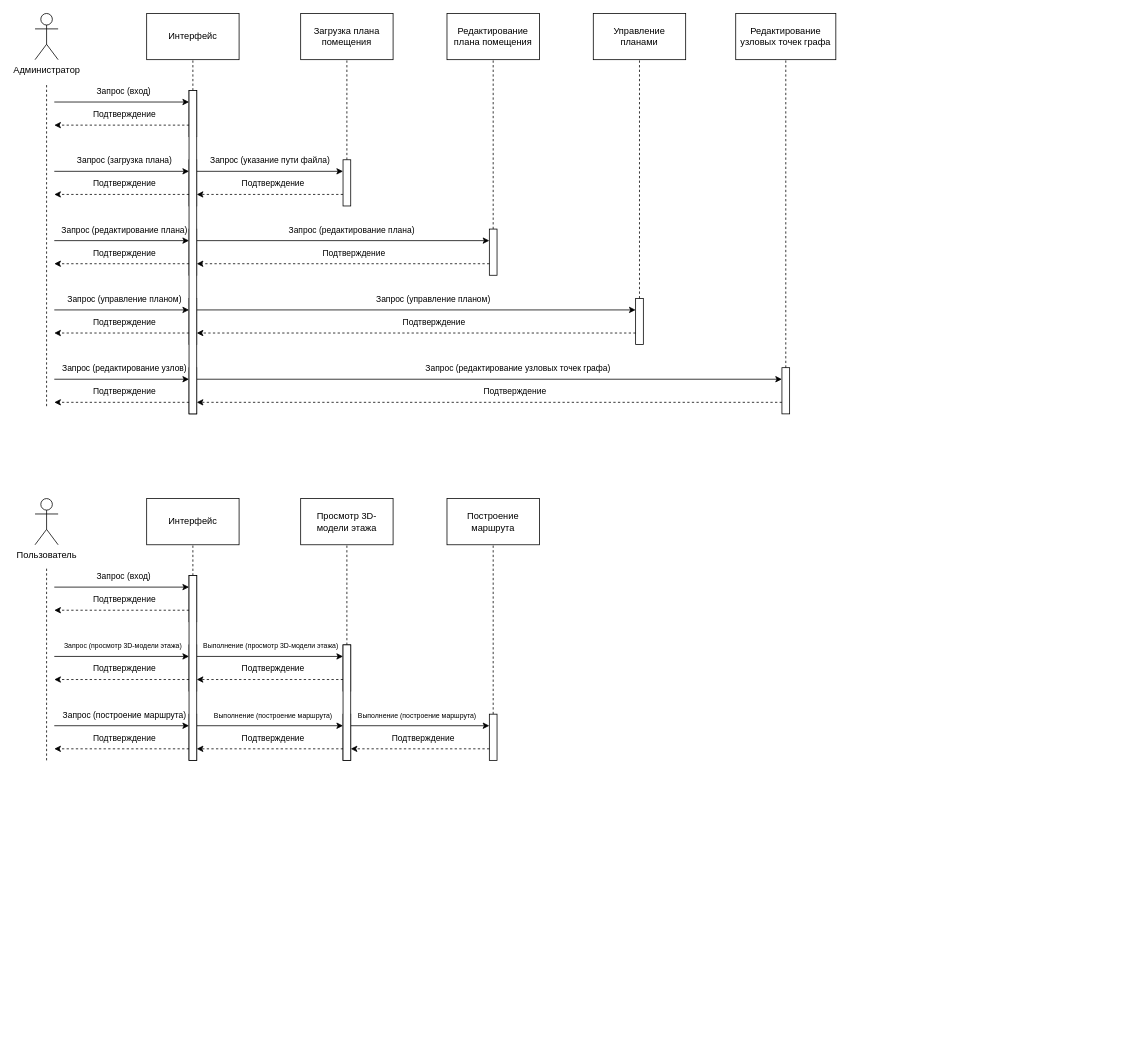
Above: posled_sost.drawio in kapec2303/Diplom_pictures (draw.io), before the change. Source tidied: cells renumbered, new cells numbered last; positions are measured from the earlier drawing's top-left corner, leaving out a move shared by most shapes. Both pictures are drawn from the tidied source at 77%, with x=0, y=0 at pixel (35, 13).
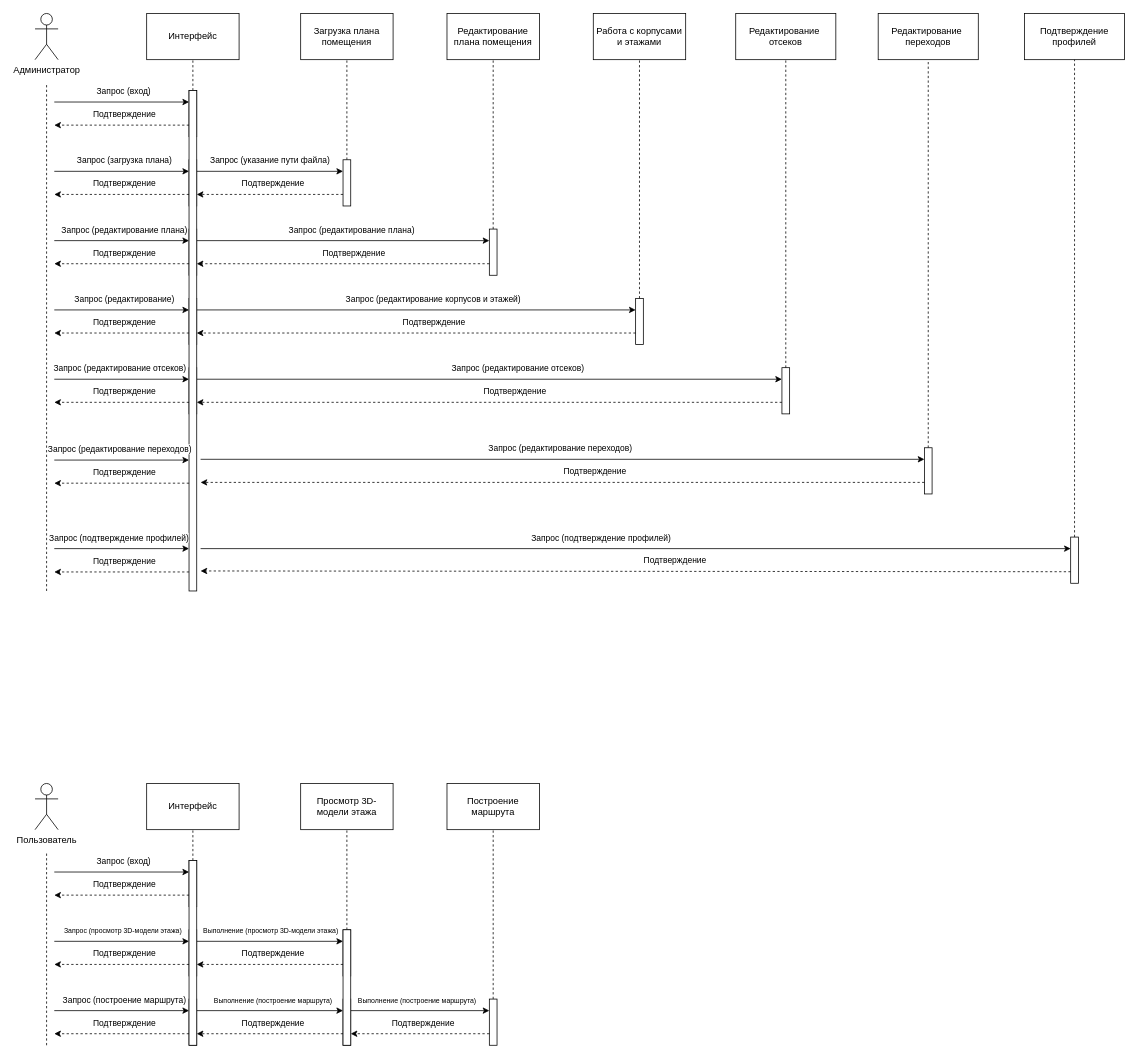
Above is the later version.

Unchanged cells that the change refers to:
```xml
<mxCell id="41" style="endArrow=classic;html=1;rounded=0;entryX=0;entryY=0.25;entryDx=0;entryDy=0;" parent="1" edge="1" target="12">
  <mxGeometry relative="1" as="geometry">
    <mxPoint x="25" y="385" as="sourcePoint" />
  </mxGeometry>
</mxCell>
<mxCell id="47" style="endArrow=classic;html=1;rounded=0;entryX=0;entryY=0.25;entryDx=0;entryDy=0;exitX=1;exitY=0.25;exitDx=0;exitDy=0;" parent="1" edge="1" source="12" target="18">
  <mxGeometry relative="1" as="geometry" />
</mxCell>
<mxCell id="50" style="endArrow=classic;html=1;rounded=0;entryX=0;entryY=0.25;entryDx=0;entryDy=0;" parent="1" edge="1" target="13">
  <mxGeometry relative="1" as="geometry">
    <mxPoint x="25" y="475" as="sourcePoint" />
  </mxGeometry>
</mxCell>
<mxCell id="54" style="endArrow=classic;html=1;rounded=0;entryX=0;entryY=0.25;entryDx=0;entryDy=0;exitX=1;exitY=0.25;exitDx=0;exitDy=0;" parent="1" edge="1" source="13" target="19">
  <mxGeometry relative="1" as="geometry" />
</mxCell>
```

The edit, as a diff of the source:
```diff
@@
-    <mxCell id="6" value="Управление планами" style="rounded=0;whiteSpace=wrap;html=1;" parent="1" vertex="1">
+    <mxCell id="6" value="Работа с корпусами и этажами" style="rounded=0;whiteSpace=wrap;html=1;" parent="1" vertex="1">
       <mxGeometry x="725" width="120" height="60" as="geometry" />
     </mxCell>
-    <mxCell id="7" value="Редактирование узловых точек графа" style="rounded=0;whiteSpace=wrap;html=1;" parent="1" vertex="1">
+    <mxCell id="7" value="Редактирование&amp;nbsp; отсеков" style="rounded=0;whiteSpace=wrap;html=1;" parent="1" vertex="1">
       <mxGeometry x="910" width="130" height="60" as="geometry" />
     </mxCell>
@@
     <mxCell id="20" style="endArrow=none;dashed=1;html=1;rounded=0;" parent="1" edge="1">
       <mxGeometry relative="1" as="geometry">
-        <mxPoint x="15" y="510" as="sourcePoint" />
+        <mxPoint x="15" y="750" as="sourcePoint" />
         <mxPoint x="15" y="90" as="targetPoint" />
       </mxGeometry>
     </mxCell>
@@
-    <mxCell id="42" value="Запрос (управление планом)" style="edgeLabel;html=1;align=center;verticalAlign=middle;" parent="41" vertex="1">
+    <mxCell id="42" value="Запрос (редактирование&lt;span style=&quot;background-color: light-dark(#ffffff, var(--ge-dark-color, #121212)); color: light-dark(rgb(0, 0, 0), rgb(255, 255, 255));&quot;&gt;)&lt;/span&gt;" style="edgeLabel;html=1;align=center;verticalAlign=middle;" parent="41" vertex="1">
       <mxGeometry x="-0.44" y="-1" relative="1" as="geometry">
         <mxPoint x="41" y="-16" as="offset" />
       </mxGeometry>
     </mxCell>
@@
-    <mxCell id="48" value="Запрос (управление планом)" style="edgeLabel;html=1;align=center;verticalAlign=middle;" parent="47" vertex="1">
+    <mxCell id="48" value="Запрос (редактирование корпусов и этажей)" style="edgeLabel;html=1;align=center;verticalAlign=middle;" parent="47" vertex="1">
       <mxGeometry x="-0.44" y="-1" relative="1" as="geometry">
         <mxPoint x="146" y="-16" as="offset" />
       </mxGeometry>
     </mxCell>
@@
-    <mxCell id="51" value="Запрос (редактирование узлов)" style="edgeLabel;html=1;align=center;verticalAlign=middle;" parent="50" vertex="1">
+    <mxCell id="51" value="Запрос (редактирование отсеков)" style="edgeLabel;html=1;align=center;verticalAlign=middle;" parent="50" vertex="1">
       <mxGeometry x="-0.44" y="-1" relative="1" as="geometry">
-        <mxPoint x="41" y="-16" as="offset" />
+        <mxPoint x="35" y="-16" as="offset" />
       </mxGeometry>
     </mxCell>
@@
-    <mxCell id="55" value="Запрос (редактирование узловых точек графа)" style="edgeLabel;html=1;align=center;verticalAlign=middle;" parent="54" vertex="1">
+    <mxCell id="55" value="Запрос (редактирование отсеков)" style="edgeLabel;html=1;align=center;verticalAlign=middle;" parent="54" vertex="1">
       <mxGeometry x="-0.44" y="-1" relative="1" as="geometry">
         <mxPoint x="203" y="-16" as="offset" />
       </mxGeometry>
     </mxCell>
@@
     <mxCell id="59" value="Пользователь" style="shape=umlActor;verticalLabelPosition=bottom;verticalAlign=top;html=1;" parent="1" vertex="1">
-      <mxGeometry y="630" width="30" height="60" as="geometry" />
+      <mxGeometry y="1000" width="30" height="60" as="geometry" />
     </mxCell>
     <mxCell id="60" value="Интерфейс" style="rounded=0;whiteSpace=wrap;html=1;" parent="1" vertex="1">
-      <mxGeometry x="145" y="630" width="120" height="60" as="geometry" />
+      <mxGeometry x="145" y="1000" width="120" height="60" as="geometry" />
     </mxCell>
     <mxCell id="61" value="Просмотр 3D-модели этажа" style="rounded=0;whiteSpace=wrap;html=1;" parent="1" vertex="1">
-      <mxGeometry x="345" y="630" width="120" height="60" as="geometry" />
+      <mxGeometry x="345" y="1000" width="120" height="60" as="geometry" />
     </mxCell>
     <mxCell id="62" value="Построение маршрута" style="rounded=0;whiteSpace=wrap;html=1;" parent="1" vertex="1">
-      <mxGeometry x="535" y="630" width="120" height="60" as="geometry" />
+      <mxGeometry x="535" y="1000" width="120" height="60" as="geometry" />
     </mxCell>
@@
     <mxCell id="64" style="rounded=0;whiteSpace=wrap;html=1;" parent="1" vertex="1">
-      <mxGeometry x="200" y="730" width="10" height="60" as="geometry" />
+      <mxGeometry x="200" y="1100" width="10" height="60" as="geometry" />
     </mxCell>
     <mxCell id="65" style="rounded=0;whiteSpace=wrap;html=1;" parent="1" vertex="1">
-      <mxGeometry x="200" y="820" width="10" height="60" as="geometry" />
+      <mxGeometry x="200" y="1190" width="10" height="60" as="geometry" />
     </mxCell>
     <mxCell id="66" style="rounded=0;whiteSpace=wrap;html=1;" parent="1" vertex="1">
-      <mxGeometry x="200" y="910" width="10" height="60" as="geometry" />
+      <mxGeometry x="200" y="1280" width="10" height="60" as="geometry" />
     </mxCell>
@@
     <mxCell id="69" style="rounded=0;whiteSpace=wrap;html=1;" parent="1" vertex="1">
-      <mxGeometry x="400" y="820" width="10" height="60" as="geometry" />
+      <mxGeometry x="400" y="1190" width="10" height="60" as="geometry" />
     </mxCell>
@@
     <mxCell id="71" style="rounded=0;whiteSpace=wrap;html=1;" parent="1" vertex="1">
-      <mxGeometry x="590" y="910" width="10" height="60" as="geometry" />
+      <mxGeometry x="590" y="1280" width="10" height="60" as="geometry" />
     </mxCell>
     <mxCell id="72" style="endArrow=none;dashed=1;html=1;rounded=0;" parent="1" edge="1">
       <mxGeometry relative="1" as="geometry">
-        <mxPoint x="15" y="970" as="sourcePoint" />
-        <mxPoint x="15" y="720" as="targetPoint" />
+        <mxPoint x="15" y="1340" as="sourcePoint" />
+        <mxPoint x="15" y="1090" as="targetPoint" />
       </mxGeometry>
     </mxCell>
     <mxCell id="73" style="endArrow=classic;html=1;rounded=0;entryX=0;entryY=0.25;entryDx=0;entryDy=0;" parent="1" edge="1" target="64">
       <mxGeometry relative="1" as="geometry">
-        <mxPoint x="25" y="745" as="sourcePoint" />
+        <mxPoint x="25" y="1115" as="sourcePoint" />
       </mxGeometry>
     </mxCell>
@@
     <mxCell id="75" style="endArrow=classic;html=1;rounded=0;exitX=0;exitY=0.75;exitDx=0;exitDy=0;dashed=1;" parent="1" edge="1" source="64">
       <mxGeometry relative="1" as="geometry">
-        <mxPoint x="25" y="775" as="targetPoint" />
+        <mxPoint x="25" y="1145" as="targetPoint" />
       </mxGeometry>
     </mxCell>
@@
     <mxCell id="77" style="endArrow=classic;html=1;rounded=0;entryX=0;entryY=0.25;entryDx=0;entryDy=0;" parent="1" edge="1" target="65">
       <mxGeometry relative="1" as="geometry">
-        <mxPoint x="25" y="835" as="sourcePoint" />
+        <mxPoint x="25" y="1205" as="sourcePoint" />
       </mxGeometry>
     </mxCell>
@@
     <mxCell id="79" style="endArrow=classic;html=1;rounded=0;exitX=0;exitY=0.75;exitDx=0;exitDy=0;dashed=1;" parent="1" edge="1" source="65">
       <mxGeometry relative="1" as="geometry">
-        <mxPoint x="25" y="865" as="targetPoint" />
+        <mxPoint x="25" y="1235" as="targetPoint" />
       </mxGeometry>
     </mxCell>
@@
     <mxCell id="85" style="endArrow=classic;html=1;rounded=0;entryX=0;entryY=0.25;entryDx=0;entryDy=0;" parent="1" edge="1" target="66">
       <mxGeometry relative="1" as="geometry">
-        <mxPoint x="25" y="925" as="sourcePoint" />
+        <mxPoint x="25" y="1295" as="sourcePoint" />
       </mxGeometry>
     </mxCell>
@@
     <mxCell id="87" style="endArrow=classic;html=1;rounded=0;dashed=1;exitX=0;exitY=0.75;exitDx=0;exitDy=0;" parent="1" edge="1" source="66">
       <mxGeometry relative="1" as="geometry">
-        <mxPoint x="25" y="955" as="targetPoint" />
+        <mxPoint x="25" y="1325" as="targetPoint" />
       </mxGeometry>
     </mxCell>
@@
     <mxCell id="93" style="rounded=0;whiteSpace=wrap;html=1;" parent="1" vertex="1">
-      <mxGeometry x="400" y="910" width="10" height="60" as="geometry" />
+      <mxGeometry x="400" y="1280" width="10" height="60" as="geometry" />
     </mxCell>
@@
     <mxCell id="98" style="rounded=0;whiteSpace=wrap;html=1;" parent="1" vertex="1">
-      <mxGeometry x="200" y="100" width="10" height="420" as="geometry" />
+      <mxGeometry x="200" y="100" width="10" height="650" as="geometry" />
     </mxCell>
     <mxCell id="99" style="rounded=0;whiteSpace=wrap;html=1;" parent="1" vertex="1">
-      <mxGeometry x="200" y="730" width="10" height="240" as="geometry" />
+      <mxGeometry x="200" y="1100" width="10" height="240" as="geometry" />
     </mxCell>
     <mxCell id="100" style="rounded=0;whiteSpace=wrap;html=1;" parent="1" vertex="1">
-      <mxGeometry x="400" y="820" width="10" height="150" as="geometry" />
+      <mxGeometry x="400" y="1190" width="10" height="150" as="geometry" />
     </mxCell>
+    <mxCell id="101" value="Редактирование&amp;nbsp; переходов" style="rounded=0;whiteSpace=wrap;html=1;" parent="1" vertex="1">
+      <mxGeometry x="1095" width="130" height="60" as="geometry" />
+    </mxCell>
+    <mxCell id="102" style="edgeStyle=orthogonalEdgeStyle;rounded=0;jettySize=auto;html=1;exitX=0.5;exitY=0;exitDx=0;exitDy=0;entryX=0.5;entryY=1;entryDx=0;entryDy=0;endArrow=none;endFill=0;dashed=1;" parent="1" edge="1" source="103" target="101">
+      <mxGeometry relative="1" as="geometry" />
+    </mxCell>
+    <mxCell id="103" style="rounded=0;whiteSpace=wrap;html=1;" parent="1" vertex="1">
+      <mxGeometry x="1155" y="564" width="10" height="60" as="geometry" />
+    </mxCell>
+    <mxCell id="104" style="endArrow=classic;html=1;rounded=0;entryX=0;entryY=0.25;entryDx=0;entryDy=0;" parent="1" edge="1">
+      <mxGeometry relative="1" as="geometry">
+        <mxPoint x="25" y="580" as="sourcePoint" />
+        <mxPoint x="200" y="580" as="targetPoint" />
+      </mxGeometry>
+    </mxCell>
+    <mxCell id="105" value="Запрос (редактирование переходов)" style="edgeLabel;html=1;align=center;verticalAlign=middle;" parent="104" vertex="1">
+      <mxGeometry x="-0.44" y="-1" relative="1" as="geometry">
+        <mxPoint x="35" y="-16" as="offset" />
+      </mxGeometry>
+    </mxCell>
+    <mxCell id="106" style="endArrow=classic;html=1;rounded=0;dashed=1;exitX=0;exitY=0.75;exitDx=0;exitDy=0;" parent="1" edge="1">
+      <mxGeometry relative="1" as="geometry">
+        <mxPoint x="200" y="610" as="sourcePoint" />
+        <mxPoint x="25" y="610" as="targetPoint" />
+      </mxGeometry>
+    </mxCell>
+    <mxCell id="107" value="Подтверждение" style="edgeLabel;html=1;align=center;verticalAlign=middle;" parent="106" vertex="1">
+      <mxGeometry x="-0.1" relative="1" as="geometry">
+        <mxPoint x="-6" y="-15" as="offset" />
+      </mxGeometry>
+    </mxCell>
+    <mxCell id="108" style="endArrow=classic;html=1;rounded=0;entryX=0;entryY=0.25;entryDx=0;entryDy=0;" parent="1" edge="1" target="103">
+      <mxGeometry relative="1" as="geometry">
+        <mxPoint x="215" y="579" as="sourcePoint" />
+      </mxGeometry>
+    </mxCell>
+    <mxCell id="109" value="Запрос (редактирование переходов)" style="edgeLabel;html=1;align=center;verticalAlign=middle;" parent="108" vertex="1">
+      <mxGeometry x="-0.44" y="-1" relative="1" as="geometry">
+        <mxPoint x="203" y="-16" as="offset" />
+      </mxGeometry>
+    </mxCell>
+    <mxCell id="110" style="endArrow=classic;html=1;rounded=0;dashed=1;exitX=0;exitY=0.75;exitDx=0;exitDy=0;" parent="1" edge="1" source="103">
+      <mxGeometry relative="1" as="geometry">
+        <mxPoint x="215" y="609" as="targetPoint" />
+      </mxGeometry>
+    </mxCell>
+    <mxCell id="111" value="Подтверждение" style="edgeLabel;html=1;align=center;verticalAlign=middle;" parent="110" vertex="1">
+      <mxGeometry x="-0.1" relative="1" as="geometry">
+        <mxPoint x="-6" y="-15" as="offset" />
+      </mxGeometry>
+    </mxCell>
+    <mxCell id="112" value="Подтверждение профилей" style="rounded=0;whiteSpace=wrap;html=1;" parent="1" vertex="1">
+      <mxGeometry x="1285" width="130" height="60" as="geometry" />
+    </mxCell>
+    <mxCell id="113" style="edgeStyle=orthogonalEdgeStyle;rounded=0;jettySize=auto;html=1;exitX=0.5;exitY=0;exitDx=0;exitDy=0;entryX=0.5;entryY=1;entryDx=0;entryDy=0;endArrow=none;endFill=0;dashed=1;" parent="1" edge="1" source="114" target="112">
+      <mxGeometry relative="1" as="geometry" />
+    </mxCell>
+    <mxCell id="114" style="rounded=0;whiteSpace=wrap;html=1;" parent="1" vertex="1">
+      <mxGeometry x="1345" y="680" width="10" height="60" as="geometry" />
+    </mxCell>
+    <mxCell id="115" style="endArrow=classic;html=1;rounded=0;entryX=0;entryY=0.25;entryDx=0;entryDy=0;" parent="1" edge="1">
+      <mxGeometry relative="1" as="geometry">
+        <mxPoint x="25" y="695" as="sourcePoint" />
+        <mxPoint x="200" y="695" as="targetPoint" />
+      </mxGeometry>
+    </mxCell>
+    <mxCell id="116" value="Запрос (подтверждение профилей)" style="edgeLabel;html=1;align=center;verticalAlign=middle;" parent="115" vertex="1">
+      <mxGeometry x="-0.44" y="-1" relative="1" as="geometry">
+        <mxPoint x="34" y="-16" as="offset" />
+      </mxGeometry>
+    </mxCell>
+    <mxCell id="117" style="endArrow=classic;html=1;rounded=0;dashed=1;exitX=0;exitY=0.75;exitDx=0;exitDy=0;" parent="1" edge="1">
+      <mxGeometry relative="1" as="geometry">
+        <mxPoint x="200" y="725.3" as="sourcePoint" />
+        <mxPoint x="25" y="725.3" as="targetPoint" />
+      </mxGeometry>
+    </mxCell>
+    <mxCell id="118" value="Подтверждение" style="edgeLabel;html=1;align=center;verticalAlign=middle;" parent="117" vertex="1">
+      <mxGeometry x="-0.1" relative="1" as="geometry">
+        <mxPoint x="-6" y="-15" as="offset" />
+      </mxGeometry>
+    </mxCell>
+    <mxCell id="119" style="endArrow=classic;html=1;rounded=0;entryX=0;entryY=0.25;entryDx=0;entryDy=0;" parent="1" edge="1" target="114">
+      <mxGeometry relative="1" as="geometry">
+        <mxPoint x="215" y="695" as="sourcePoint" />
+      </mxGeometry>
+    </mxCell>
+    <mxCell id="120" value="Запрос (подтверждение профилей)" style="edgeLabel;html=1;align=center;verticalAlign=middle;" parent="119" vertex="1">
+      <mxGeometry x="-0.44" y="-1" relative="1" as="geometry">
+        <mxPoint x="203" y="-16" as="offset" />
+      </mxGeometry>
+    </mxCell>
+    <mxCell id="121" style="endArrow=classic;html=1;rounded=0;dashed=1;exitX=0;exitY=0.75;exitDx=0;exitDy=0;" parent="1" edge="1" source="114">
+      <mxGeometry relative="1" as="geometry">
+        <mxPoint x="215" y="724" as="targetPoint" />
+      </mxGeometry>
+    </mxCell>
+    <mxCell id="122" value="Подтверждение" style="edgeLabel;html=1;align=center;verticalAlign=middle;" parent="121" vertex="1">
+      <mxGeometry x="-0.1" relative="1" as="geometry">
+        <mxPoint x="-6" y="-15" as="offset" />
+      </mxGeometry>
+    </mxCell>
```
